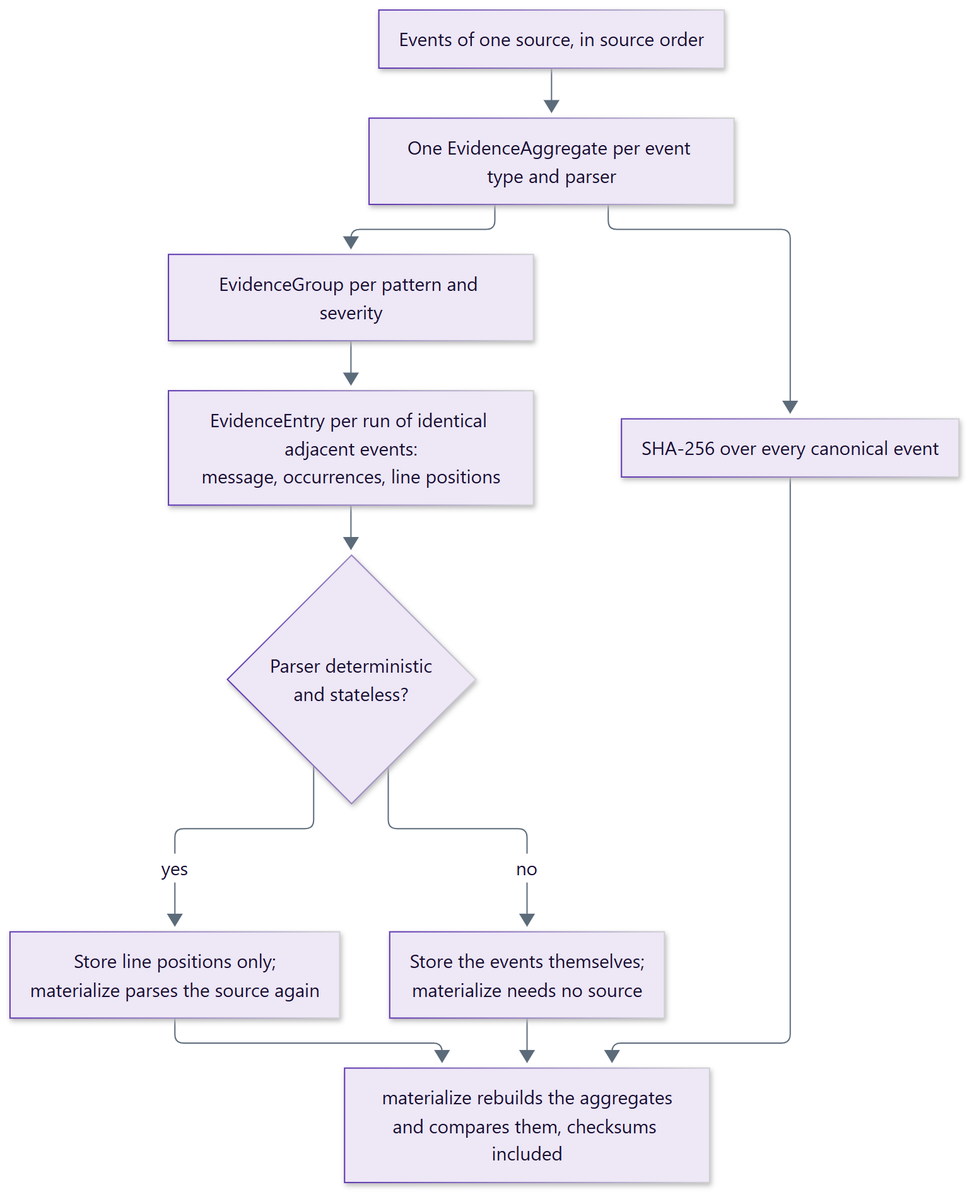
This is docs/assets/diagrams/aggregation.png from smuniharish/parsefabric, a Mermaid export, as it was before one commit. Its source is kept beside it as diagrams/aggregation.mmd. The source it was exported from:
```mermaid
flowchart TB
    events["Events of one source, in source order"] --> byType["One EvidenceAggregate per event type and parser"]
    byType --> groups["EvidenceGroup per pattern and severity"]
    byType --> checksum["SHA-256 over every canonical event"]
    groups --> entries["EvidenceEntry per run of identical adjacent events:<br/>message, occurrences, line positions"]
    entries --> choice{"Parser deterministic<br/>and stateless?"}
    choice -- yes --> positions["Store line positions only;<br/>materialize parses the source again"]
    choice -- no --> retained["Store the events themselves;<br/>materialize needs no source"]
    positions --> verify["materialize rebuilds the aggregates<br/>and compares them, checksums included"]
    retained --> verify
    checksum --> verify
```
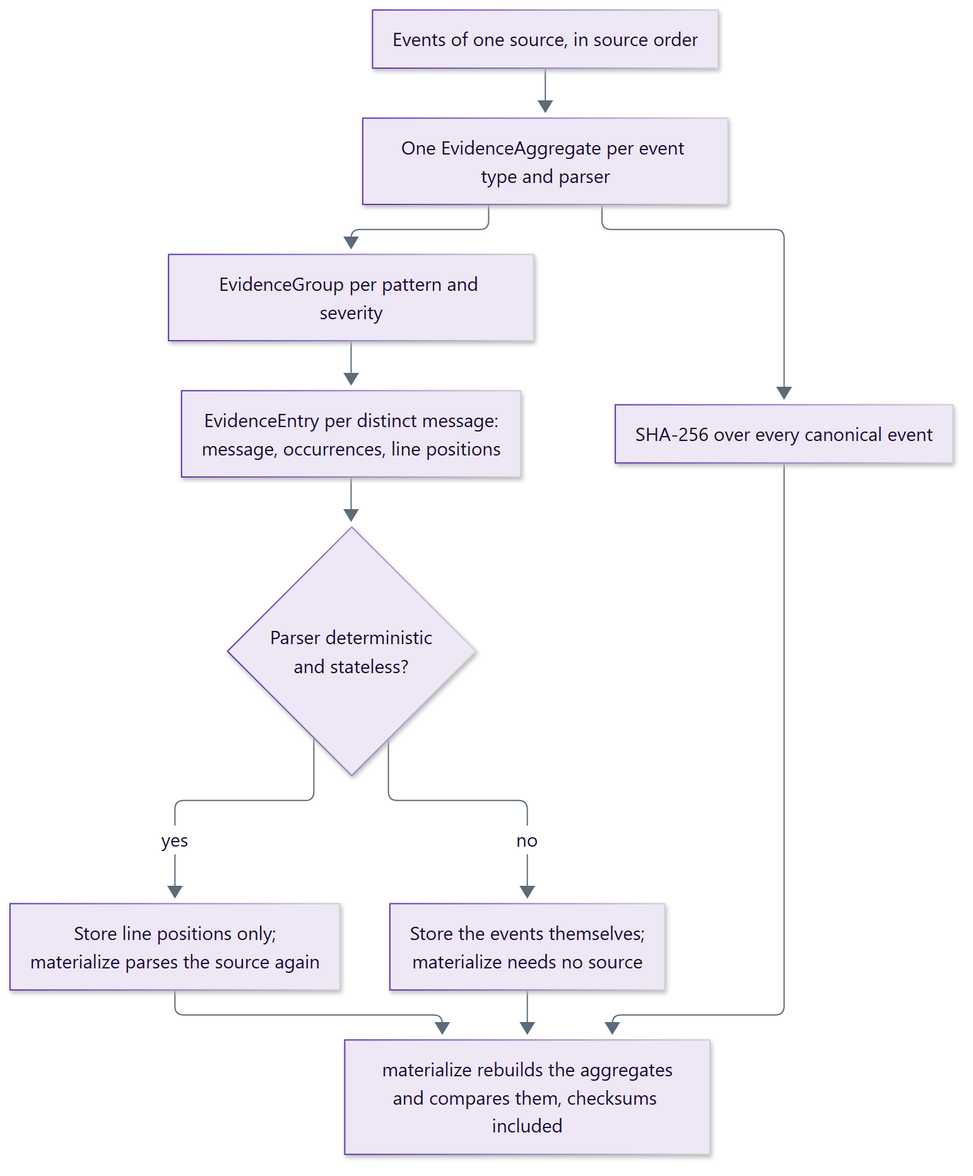
The same file after the commit.

Change to the diagram source:
```diff
@@ -2,7 +2,7 @@
     events["Events of one source, in source order"] --> byType["One EvidenceAggregate per event type and parser"]
     byType --> groups["EvidenceGroup per pattern and severity"]
     byType --> checksum["SHA-256 over every canonical event"]
-    groups --> entries["EvidenceEntry per run of identical adjacent events:<br/>message, occurrences, line positions"]
+    groups --> entries["EvidenceEntry per distinct message:<br/>message, occurrences, line positions"]
     entries --> choice{"Parser deterministic<br/>and stateless?"}
     choice -- yes --> positions["Store line positions only;<br/>materialize parses the source again"]
     choice -- no --> retained["Store the events themselves;<br/>materialize needs no source"]
```
